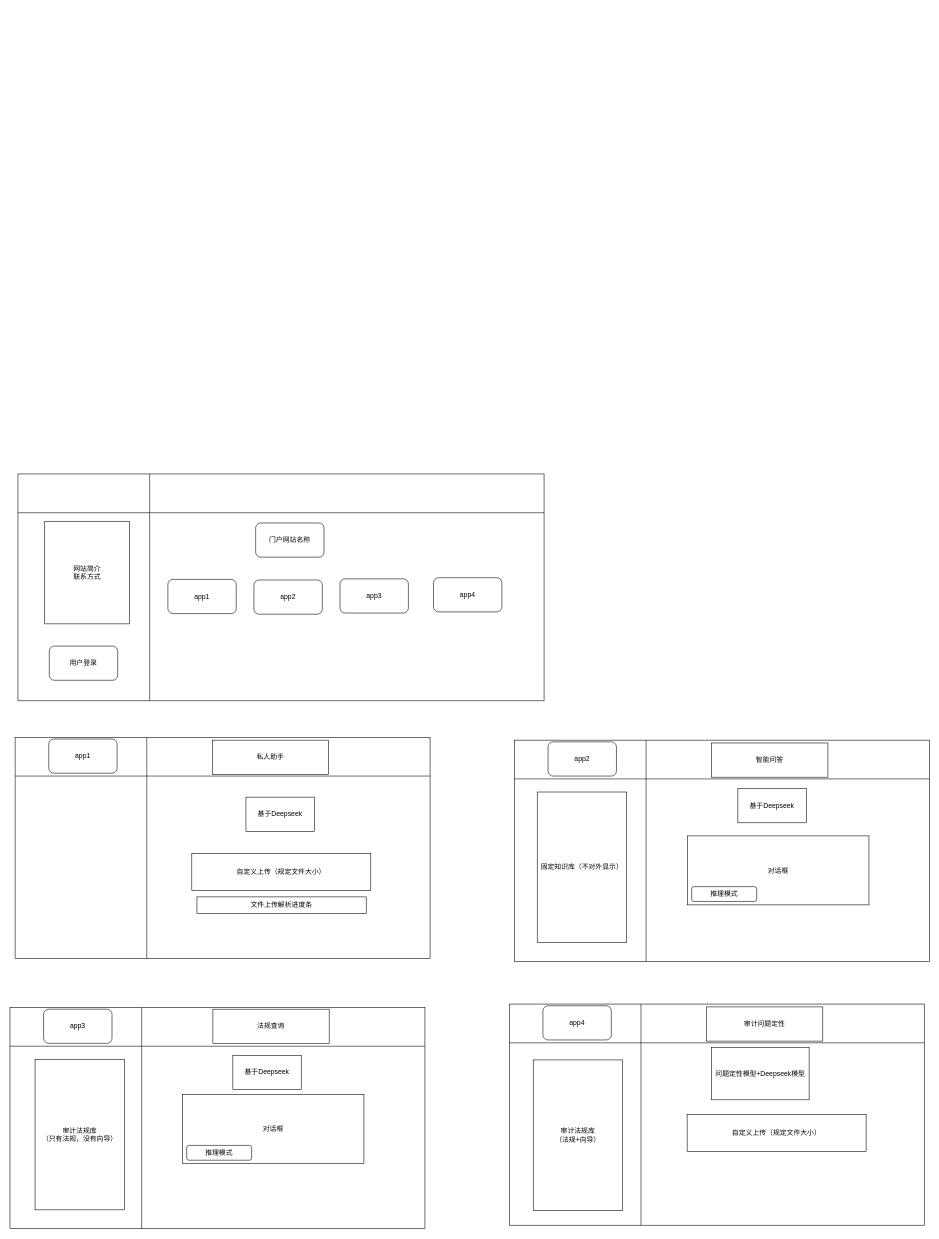
Earlier version of the draw.io diagram 未命名绘图.drawio (lemonade1258/pr_test_myself). Source tidied: cells renumbered, new cells numbered last; positions are measured from the earlier drawing's top-left corner, leaving out a move shared by most shapes. Both pictures are drawn from the tidied source at 57%, with x=0, y=0 at pixel (10, 474).
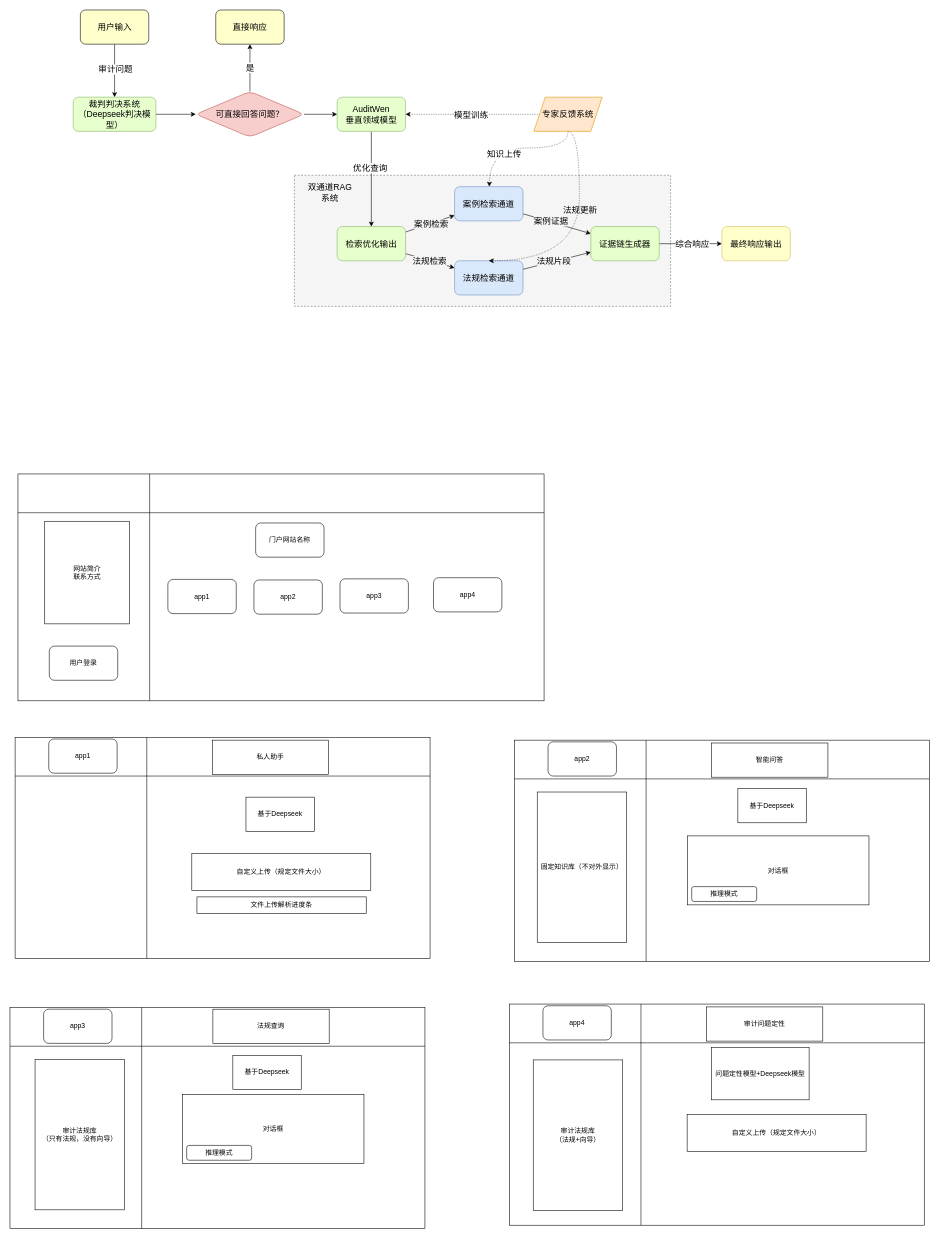
Above is the later version.

Commit message:
更新未命名绘图.drawio

Change to the diagram source:
```diff
@@
+    <mxCell id="37" style="rounded=0;whiteSpace=wrap;html=1;fillStyle=auto;dashed=1;fillColor=#f5f5f5;fontColor=#333333;strokeColor=#666666;fontSize=15;" parent="1" vertex="1">
+      <mxGeometry x="499" y="-524" width="660" height="230" as="geometry" />
+    </mxCell>
+    <mxCell id="38" style="edgeStyle=orthogonalEdgeStyle;rounded=0;jettySize=auto;html=1;fontSize=15;" parent="1" edge="1" source="40" target="42">
+      <mxGeometry relative="1" as="geometry" />
+    </mxCell>
+    <mxCell id="39" value="审计问题" style="edgeLabel;html=1;align=center;verticalAlign=middle;fontSize=15;" parent="38" vertex="1">
+      <mxGeometry x="-0.08" y="1" relative="1" as="geometry" />
+    </mxCell>
+    <mxCell id="40" value="用户输入" style="rounded=1;whiteSpace=wrap;html=1;fillColor=light-dark(#ffffcc, #ededed);fontSize=15;" parent="1" vertex="1">
+      <mxGeometry x="123.5" y="-814" width="120" height="60" as="geometry" />
+    </mxCell>
+    <mxCell id="41" style="edgeStyle=orthogonalEdgeStyle;rounded=0;jettySize=auto;html=1;fontSize=15;" parent="1" edge="1" source="42" target="46">
+      <mxGeometry relative="1" as="geometry" />
+    </mxCell>
+    <mxCell id="42" value="裁判判决系统&lt;br&gt;（Deepseek判决模型）" style="whiteSpace=wrap;html=1;rounded=1;fillColor=light-dark(#e6ffcc, #1f2f1e);strokeColor=#82b366;fontSize=15;" parent="1" vertex="1">
+      <mxGeometry x="111" y="-661" width="145" height="60" as="geometry" />
+    </mxCell>
+    <mxCell id="43" style="edgeStyle=orthogonalEdgeStyle;rounded=0;jettySize=auto;html=1;fontSize=15;" parent="1" edge="1" source="46" target="47">
+      <mxGeometry relative="1" as="geometry" />
+    </mxCell>
+    <mxCell id="44" value="是" style="edgeLabel;html=1;align=center;verticalAlign=middle;fontSize=15;" parent="43" vertex="1">
+      <mxGeometry x="-0.01" y="-2" relative="1" as="geometry">
+        <mxPoint x="-3" y="-2" as="offset" />
+      </mxGeometry>
+    </mxCell>
+    <mxCell id="45" style="edgeStyle=orthogonalEdgeStyle;rounded=0;jettySize=auto;html=1;fontSize=15;" parent="1" edge="1" source="46" target="50">
+      <mxGeometry relative="1" as="geometry" />
+    </mxCell>
+    <mxCell id="46" value="可直接回答问题？" style="rhombus;whiteSpace=wrap;html=1;rounded=1;fillColor=#f8cecc;strokeColor=#b85450;fontSize=15;" parent="1" vertex="1">
+      <mxGeometry x="326" y="-671" width="190" height="80" as="geometry" />
+    </mxCell>
+    <mxCell id="47" value="直接响应" style="whiteSpace=wrap;html=1;rounded=1;fillColor=light-dark(#ffffcc, #ededed);fontSize=15;" parent="1" vertex="1">
+      <mxGeometry x="361" y="-814" width="120" height="60" as="geometry" />
+    </mxCell>
+    <mxCell id="48" style="edgeStyle=orthogonalEdgeStyle;rounded=0;jettySize=auto;html=1;fontSize=15;" parent="1" edge="1" source="50" target="55">
+      <mxGeometry relative="1" as="geometry" />
+    </mxCell>
+    <mxCell id="49" value="优化查询" style="edgeLabel;html=1;align=center;verticalAlign=middle;fontSize=15;" parent="48" vertex="1">
+      <mxGeometry x="-0.21" y="2" relative="1" as="geometry">
+        <mxPoint x="-5" y="-3" as="offset" />
+      </mxGeometry>
+    </mxCell>
+    <mxCell id="50" value="AuditWen&lt;br&gt;垂直领域模型" style="whiteSpace=wrap;html=1;rounded=1;fillColor=light-dark(#e6ffcc, #1f2f1e);strokeColor=#82b366;fontSize=15;" parent="1" vertex="1">
+      <mxGeometry x="574" y="-661" width="120" height="60" as="geometry" />
+    </mxCell>
+    <mxCell id="51" style="rounded=0;jettySize=auto;html=1;fontSize=15;" parent="1" edge="1" source="55" target="58">
+      <mxGeometry relative="1" as="geometry" />
+    </mxCell>
+    <mxCell id="52" value="案例检索" style="edgeLabel;html=1;align=center;verticalAlign=middle;labelBackgroundColor=light-dark(#f5f5f5, #ededed);fontSize=15;" parent="51" vertex="1">
+      <mxGeometry x="0.03" y="-1" relative="1" as="geometry" />
+    </mxCell>
+    <mxCell id="53" style="rounded=0;jettySize=auto;html=1;fontSize=15;" parent="1" edge="1" source="55" target="59">
+      <mxGeometry relative="1" as="geometry" />
+    </mxCell>
+    <mxCell id="54" value="法规检索" style="edgeLabel;html=1;align=center;verticalAlign=middle;labelBackgroundColor=light-dark(#f5f5f5, #ededed);fontSize=15;" parent="53" vertex="1">
+      <mxGeometry x="-0.03" relative="1" as="geometry" />
+    </mxCell>
+    <mxCell id="55" value="检索优化输出" style="whiteSpace=wrap;html=1;rounded=1;fillColor=light-dark(#e6ffcc, #1f2f1e);strokeColor=#82b366;fontSize=15;" parent="1" vertex="1">
+      <mxGeometry x="574" y="-434" width="120" height="60" as="geometry" />
+    </mxCell>
+    <mxCell id="56" style="rounded=0;jettySize=auto;html=1;fontSize=15;" parent="1" edge="1" source="58" target="62">
+      <mxGeometry relative="1" as="geometry" />
+    </mxCell>
+    <mxCell id="57" value="案例证据" style="edgeLabel;html=1;align=center;verticalAlign=middle;labelBackgroundColor=light-dark(#f5f5f5, #ededed);fontSize=15;" parent="56" vertex="1">
+      <mxGeometry x="-0.17" relative="1" as="geometry">
+        <mxPoint y="-2" as="offset" />
+      </mxGeometry>
+    </mxCell>
+    <mxCell id="58" value="案例检索通道" style="whiteSpace=wrap;html=1;rounded=1;fillColor=#dae8fc;strokeColor=#6c8ebf;fontSize=15;" parent="1" vertex="1">
+      <mxGeometry x="780" y="-504" width="120" height="60" as="geometry" />
+    </mxCell>
+    <mxCell id="59" value="法规检索通道" style="whiteSpace=wrap;html=1;rounded=1;fillColor=#dae8fc;strokeColor=#6c8ebf;fontSize=15;" parent="1" vertex="1">
+      <mxGeometry x="780" y="-374" width="120" height="60" as="geometry" />
+    </mxCell>
+    <mxCell id="60" style="edgeStyle=orthogonalEdgeStyle;rounded=0;jettySize=auto;html=1;fontSize=15;" parent="1" edge="1" source="62" target="70">
+      <mxGeometry relative="1" as="geometry" />
+    </mxCell>
+    <mxCell id="61" value="综合响应" style="edgeLabel;html=1;align=center;verticalAlign=middle;fontSize=15;" parent="60" vertex="1">
+      <mxGeometry x="0.04" relative="1" as="geometry" />
+    </mxCell>
+    <mxCell id="62" value="证据链生成器" style="whiteSpace=wrap;html=1;rounded=1;fillColor=light-dark(#e6ffcc, #1f2f1e);strokeColor=#82b366;fontSize=15;" parent="1" vertex="1">
+      <mxGeometry x="1019" y="-434" width="120" height="60" as="geometry" />
+    </mxCell>
+    <mxCell id="63" style="rounded=0;jettySize=auto;html=1;exitX=1;exitY=0.25;exitDx=0;exitDy=0;entryX=0;entryY=0.75;entryDx=0;entryDy=0;fontSize=15;" parent="1" edge="1" source="59" target="62">
+      <mxGeometry relative="1" as="geometry" />
+    </mxCell>
+    <mxCell id="64" value="法规片段" style="edgeLabel;html=1;align=center;verticalAlign=middle;labelBackgroundColor=light-dark(#f5f5f5, #ededed);fontSize=15;" parent="63" vertex="1">
+      <mxGeometry x="-0.06" y="1" relative="1" as="geometry">
+        <mxPoint x="-2" as="offset" />
+      </mxGeometry>
+    </mxCell>
+    <mxCell id="65" style="edgeStyle=orthogonalEdgeStyle;rounded=0;jettySize=auto;html=1;exitX=0.5;exitY=1;exitDx=0;exitDy=0;entryX=0.5;entryY=0;entryDx=0;entryDy=0;curved=1;dashed=1;dashPattern=1 2;fontSize=15;" parent="1" edge="1" source="69" target="59">
+      <mxGeometry relative="1" as="geometry">
+        <Array as="points">
+          <mxPoint x="999" y="-601" />
+          <mxPoint x="999" y="-374" />
+        </Array>
+      </mxGeometry>
+    </mxCell>
+    <mxCell id="66" value="法规更新" style="edgeLabel;html=1;align=center;verticalAlign=middle;labelBackgroundColor=none;fontSize=15;" parent="65" vertex="1">
+      <mxGeometry x="-0.4" relative="1" as="geometry">
+        <mxPoint y="34" as="offset" />
+      </mxGeometry>
+    </mxCell>
+    <mxCell id="67" style="edgeStyle=orthogonalEdgeStyle;rounded=0;jettySize=auto;html=1;exitX=0;exitY=0.5;exitDx=0;exitDy=0;entryX=1;entryY=0.5;entryDx=0;entryDy=0;dashed=1;dashPattern=1 2;fontSize=15;" parent="1" edge="1" source="69" target="50">
+      <mxGeometry relative="1" as="geometry" />
+    </mxCell>
+    <mxCell id="68" value="模型训练" style="edgeLabel;html=1;align=center;verticalAlign=middle;fontSize=15;" parent="67" vertex="1">
+      <mxGeometry x="0.06" y="2" relative="1" as="geometry">
+        <mxPoint x="4" y="-2" as="offset" />
+      </mxGeometry>
+    </mxCell>
+    <mxCell id="69" value="专家反馈系统" style="shape=parallelogram;perimeter=parallelogramPerimeter;whiteSpace=wrap;html=1;fixedSize=1;fillColor=#ffe6cc;strokeColor=#d79b00;fontSize=15;" parent="1" vertex="1">
+      <mxGeometry x="919" y="-661" width="120" height="60" as="geometry" />
+    </mxCell>
+    <mxCell id="70" value="最终响应输出" style="whiteSpace=wrap;html=1;rounded=1;fillColor=light-dark(#ffffcc, #281d00);strokeColor=#d6b656;fontSize=15;" parent="1" vertex="1">
+      <mxGeometry x="1249" y="-434" width="120" height="60" as="geometry" />
+    </mxCell>
+    <mxCell id="71" value="双通道RAG系统" style="text;html=1;align=center;verticalAlign=middle;whiteSpace=wrap;rounded=0;fontSize=15;" parent="1" vertex="1">
+      <mxGeometry x="519" y="-514" width="85" height="39" as="geometry" />
+    </mxCell>
+    <mxCell id="72" style="edgeStyle=orthogonalEdgeStyle;rounded=0;jettySize=auto;html=1;entryX=0.5;entryY=0;entryDx=0;entryDy=0;dashed=1;dashPattern=1 2;fontSize=15;curved=1;exitX=0.5;exitY=1;exitDx=0;exitDy=0;" parent="1" edge="1" source="69">
+      <mxGeometry relative="1" as="geometry">
+        <mxPoint x="841" y="-504" as="targetPoint" />
+        <Array as="points">
+          <mxPoint x="979" y="-572" />
+          <mxPoint x="842" y="-572" />
+        </Array>
+      </mxGeometry>
+    </mxCell>
+    <mxCell id="73" value="知识上传" style="edgeLabel;html=1;align=center;verticalAlign=middle;fontSize=15;" parent="72" vertex="1">
+      <mxGeometry x="0.06" y="2" relative="1" as="geometry">
+        <mxPoint x="-18" y="8" as="offset" />
+      </mxGeometry>
+    </mxCell>
```
